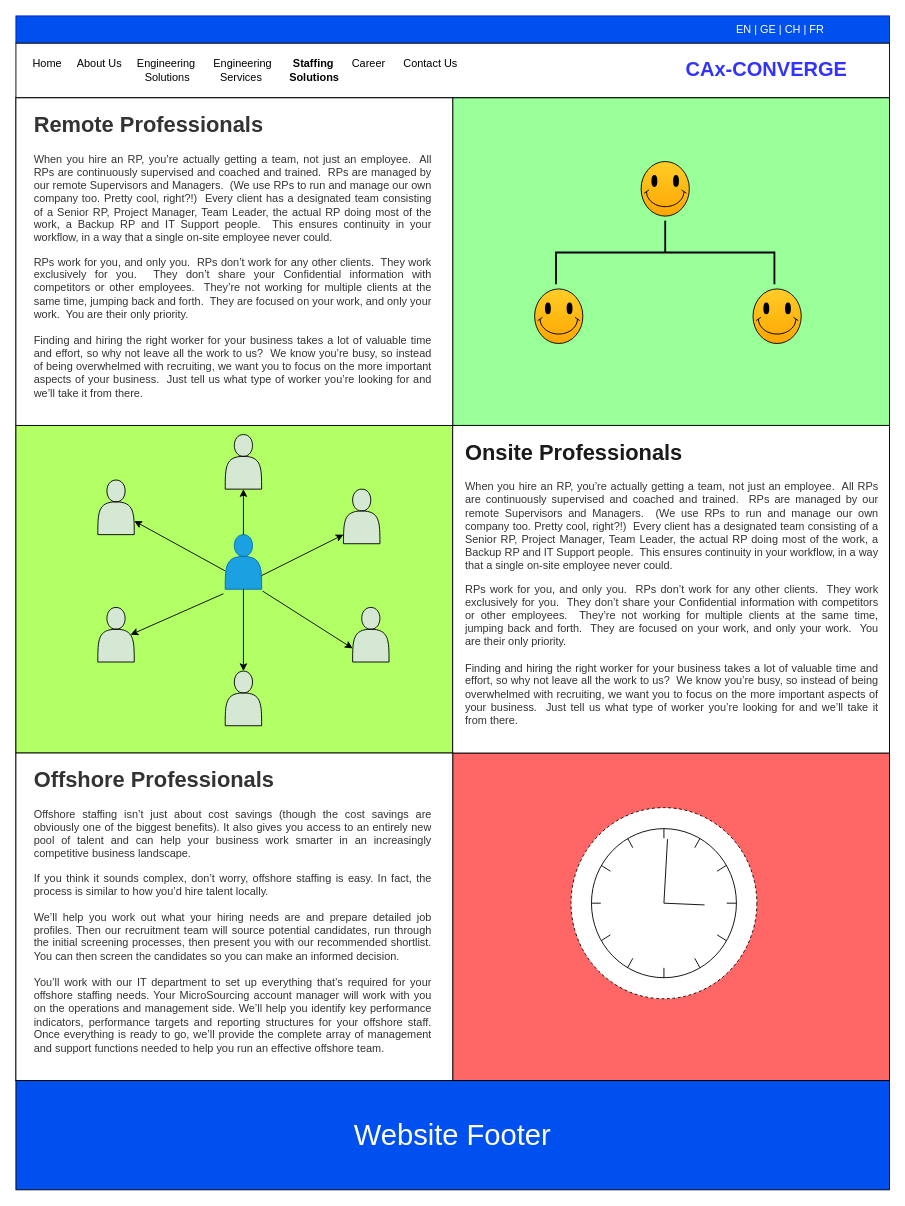
Above: Untitled Diagram.drawio in San2Os/Korkateese (draw.io), before the change. Source tidied: cells renumbered, new cells numbered last; positions are measured from the earlier drawing's top-left corner, leaving out a move shared by most shapes. Both pictures are drawn from the tidied source at 91%, with x=0, y=0 at pixel (15, 15).
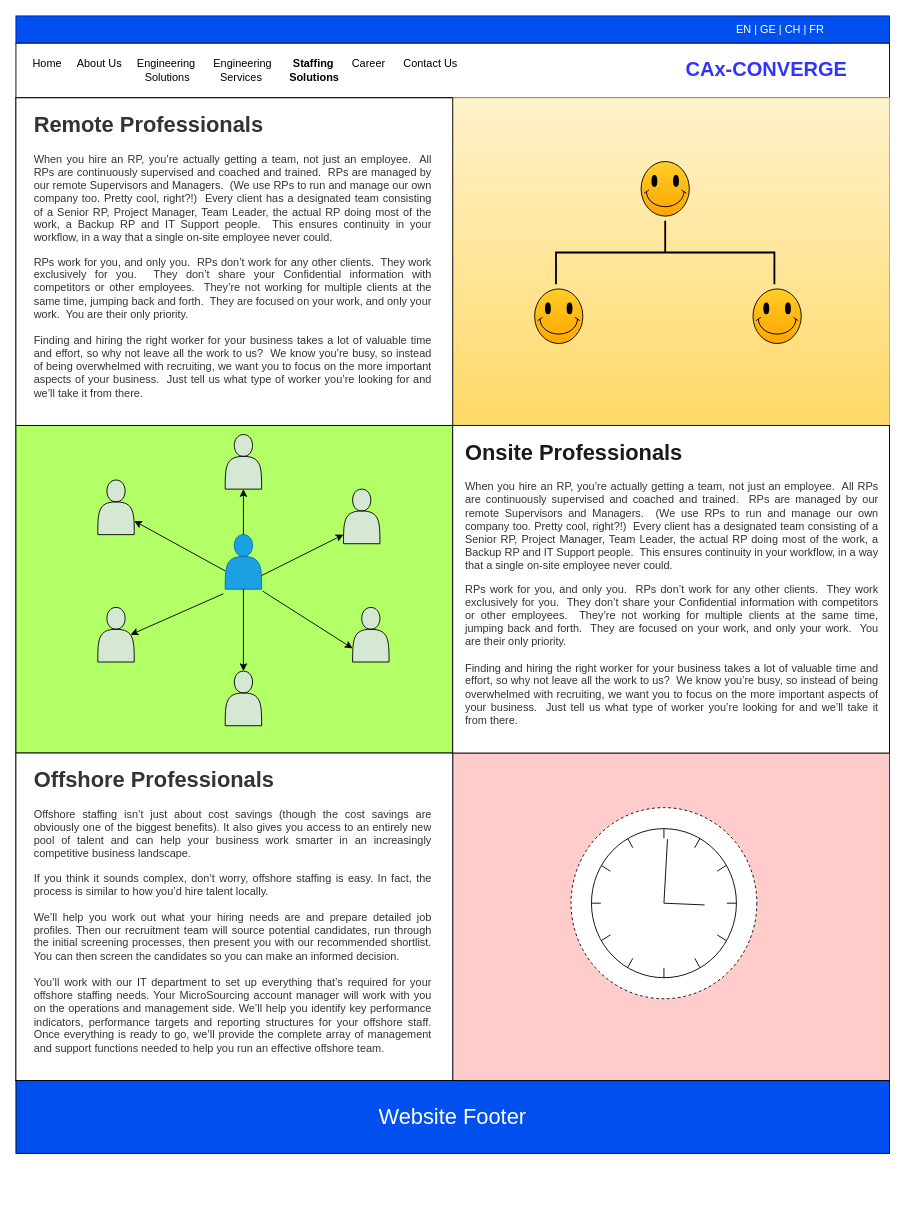
The same page after the edit.

Diff of the diagram source:
```diff
@@
-    <mxCell id="5" style="rounded=0;whiteSpace=wrap;html=1;fillColor=#99FF99;" parent="1" vertex="1">
+    <mxCell id="5" style="rounded=0;whiteSpace=wrap;html=1;fillColor=#fff2cc;strokeColor=#d6b656;gradientColor=#ffd966;" parent="1" vertex="1">
       <mxGeometry x="480" y="90" width="480" height="360" as="geometry" />
     </mxCell>
@@
-    <mxCell id="7" style="rounded=0;whiteSpace=wrap;html=1;fillColor=#FF6666;" parent="1" vertex="1">
+    <mxCell id="7" style="rounded=0;whiteSpace=wrap;html=1;fillColor=#ffcccc;strokeColor=#36393d;" parent="1" vertex="1">
       <mxGeometry x="480" y="810" width="480" height="360" as="geometry" />
     </mxCell>
@@
-    <mxCell id="33" value="&lt;font color=&quot;#ffffff&quot; style=&quot;font-size: 32px&quot;&gt;Website Footer&lt;/font&gt;" style="rounded=0;whiteSpace=wrap;html=1;fontColor=#333333;fillColor=#0050EF;" parent="1" vertex="1">
-      <mxGeometry y="1170" width="960" height="120" as="geometry" />
+    <mxCell id="33" value="&lt;font color=&quot;#ffffff&quot; style=&quot;font-size: 24px&quot;&gt;Website Footer&lt;/font&gt;" style="rounded=0;whiteSpace=wrap;html=1;fontColor=#333333;fillColor=#0050EF;" parent="1" vertex="1">
+      <mxGeometry y="1170" width="960" height="80" as="geometry" />
     </mxCell>
```
